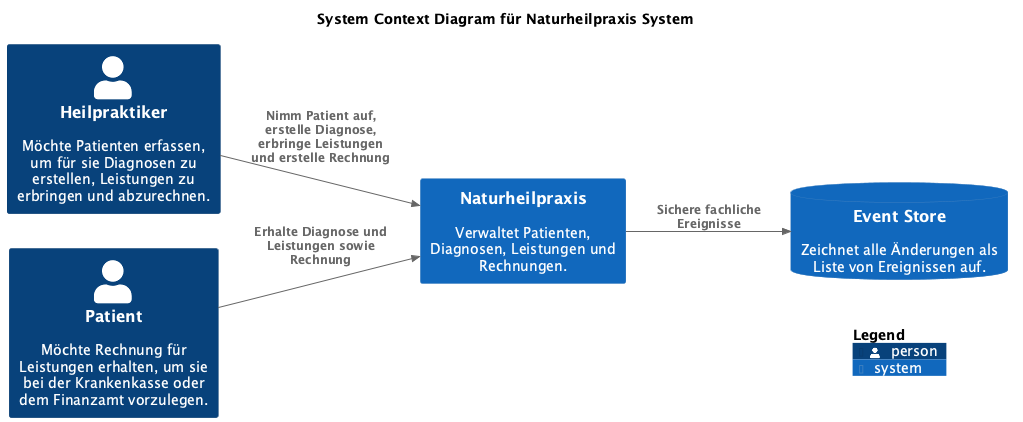
The PlantUML diagram doc/images/business-context.png in falkoschumann/naturheilpraxis, before a commit.
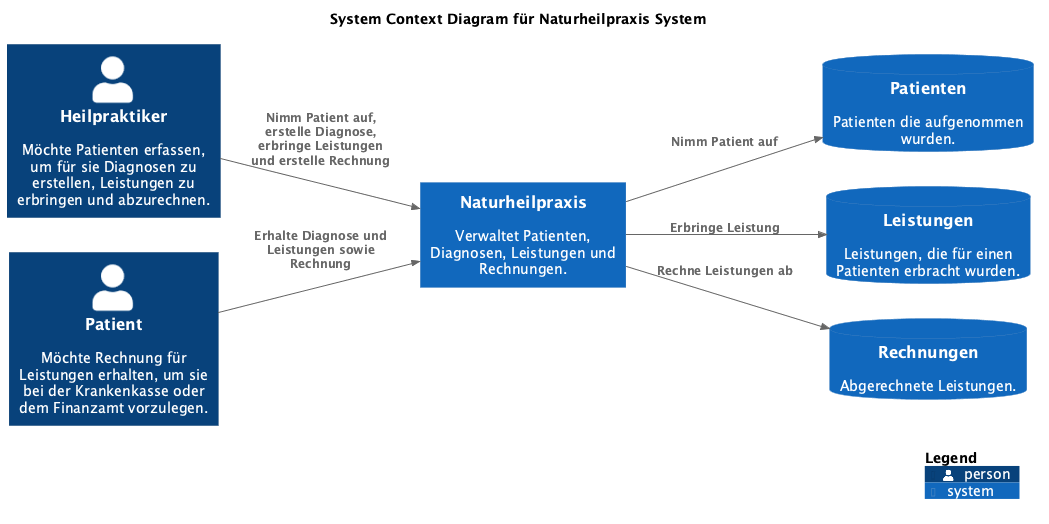
The same file after the commit.

Commit message:
docs: replace event store with database

What changed in the source:
```diff
@@ -10,12 +10,15 @@
 
 System(naturheilpraxis, "Naturheilpraxis", "Verwaltet Patienten, Diagnosen, Leistungen und Rechnungen.")
 
-SystemDb(eventStore, "Event Store", "Zeichnet alle Änderungen als Liste von Ereignissen auf.")
+SystemDb(patienten, "Patienten", "Patienten die aufgenommen wurden.")
+SystemDb(leistungen, "Leistungen", "Leistungen, die für einen Patienten erbracht wurden.")
+SystemDb(rechnungen, "Rechnungen", "Abgerechnete Leistungen.")
 
 Rel(heilpraktiker, naturheilpraxis, "Nimm Patient auf, erstelle Diagnose, erbringe Leistungen und erstelle Rechnung")
 Rel(patient, naturheilpraxis, "Erhalte Diagnose und Leistungen sowie Rechnung")
-Rel(naturheilpraxis, eventStore, "Sichere fachliche Ereignisse")
+Rel(naturheilpraxis, patienten, "Nimm Patient auf")
+Rel(naturheilpraxis, leistungen, "Erbringe Leistung")
+Rel(naturheilpraxis, rechnungen, "Rechne Leistungen ab")
 
-SHOW_FLOATING_LEGEND()
-Lay_Left(LEGEND(), eventStore)
+SHOW_LEGEND()
 @enduml
```
